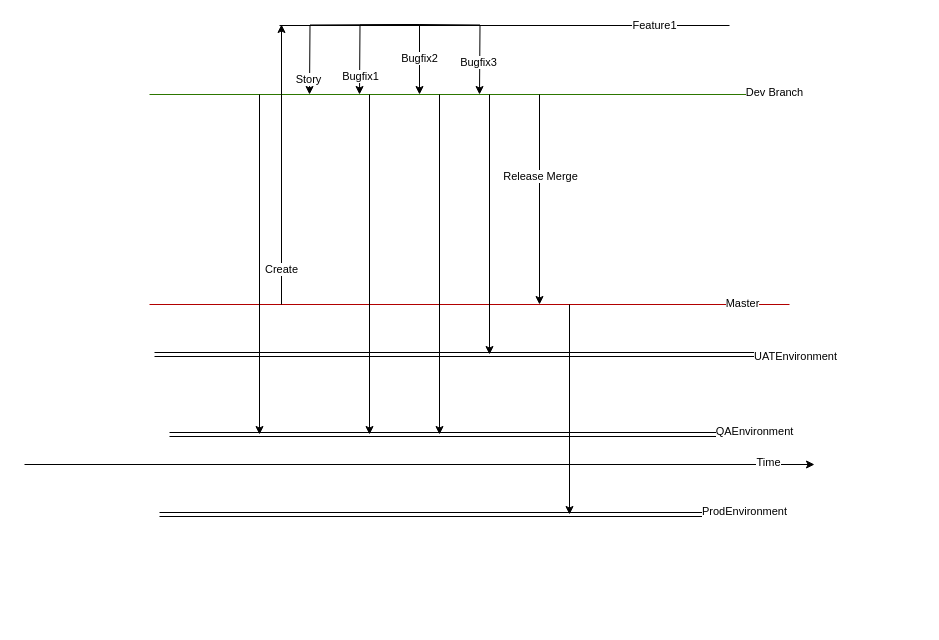
Before: Untitled Diagram.drawio in sshevchenko777/POC, a draw.io diagram. Source tidied: cells renumbered, new cells numbered last; positions are measured from the earlier drawing's top-left corner, leaving out a move shared by most shapes. Both pictures are drawn from the tidied source at 100%, with x=0, y=0 at pixel (24, 24).
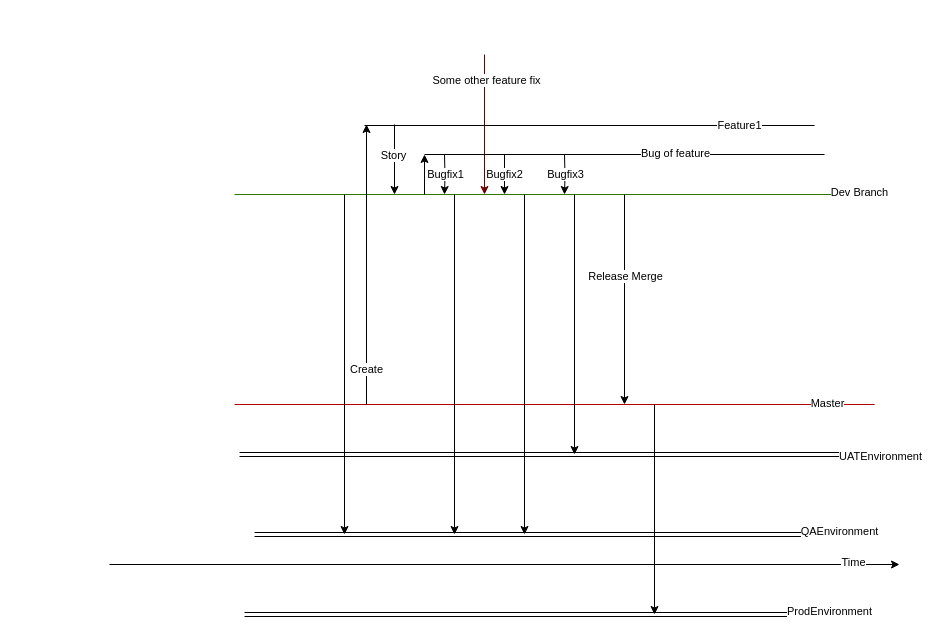
After the change.

Change to the diagram source:
```diff
@@
     <mxCell id="2" style="endArrow=none;html=1;rounded=0;fillColor=#60a917;strokeColor=#2D7600;" parent="1" edge="1">
       <mxGeometry relative="1" as="geometry">
-        <mxPoint x="125" y="70" as="sourcePoint" />
-        <mxPoint x="765" y="70" as="targetPoint" />
+        <mxPoint x="210" y="170" as="sourcePoint" />
+        <mxPoint x="850" y="170" as="targetPoint" />
       </mxGeometry>
     </mxCell>
@@
     <mxCell id="4" style="endArrow=none;html=1;rounded=0;fillColor=#e51400;strokeColor=#B20000;" parent="1" edge="1">
       <mxGeometry relative="1" as="geometry">
-        <mxPoint x="125" y="280" as="sourcePoint" />
-        <mxPoint x="765" y="280" as="targetPoint" />
+        <mxPoint x="210" y="380" as="sourcePoint" />
+        <mxPoint x="850" y="380" as="targetPoint" />
       </mxGeometry>
     </mxCell>
@@
-    <mxCell id="6" style="edgeStyle=orthogonalEdgeStyle;rounded=0;orthogonalLoop=1;jettySize=auto;html=1;exitX=0.5;exitY=1;exitDx=0;exitDy=0;" parent="1" edge="1">
+    <mxCell id="6" style="edgeStyle=orthogonalEdgeStyle;rounded=0;orthogonalLoop=1;jettySize=auto;html=1;" parent="1" edge="1">
       <mxGeometry relative="1" as="geometry">
-        <mxPoint x="395" as="sourcePoint" />
-        <mxPoint x="285" y="70" as="targetPoint" />
+        <mxPoint x="370" y="100" as="sourcePoint" />
+        <mxPoint x="370" y="170" as="targetPoint" />
       </mxGeometry>
     </mxCell>
     <mxCell id="7" value="Story" style="edgeLabel;html=1;align=center;verticalAlign=middle;" parent="6" vertex="1">
-      <mxGeometry x="0.83" y="-2" relative="1" as="geometry" />
+      <mxGeometry x="0.83" y="-2" relative="1" as="geometry">
+        <mxPoint y="-34" as="offset" />
+      </mxGeometry>
     </mxCell>
-    <mxCell id="8" style="edgeStyle=orthogonalEdgeStyle;rounded=0;orthogonalLoop=1;jettySize=auto;html=1;exitX=0.5;exitY=1;exitDx=0;exitDy=0;" parent="1" edge="1">
+    <mxCell id="8" style="edgeStyle=orthogonalEdgeStyle;rounded=0;orthogonalLoop=1;jettySize=auto;html=1;" parent="1" edge="1">
       <mxGeometry relative="1" as="geometry">
-        <mxPoint x="395" as="sourcePoint" />
-        <mxPoint x="335" y="70" as="targetPoint" />
+        <mxPoint x="420" y="130" as="sourcePoint" />
+        <mxPoint x="420" y="170" as="targetPoint" />
       </mxGeometry>
     </mxCell>
     <mxCell id="9" value="Bugfix1" style="edgeLabel;html=1;align=center;verticalAlign=middle;" parent="8" vertex="1">
       <mxGeometry x="0.71" relative="1" as="geometry">
-        <mxPoint y="1" as="offset" />
+        <mxPoint y="-14" as="offset" />
       </mxGeometry>
     </mxCell>
-    <mxCell id="10" style="edgeStyle=orthogonalEdgeStyle;rounded=0;orthogonalLoop=1;jettySize=auto;html=1;exitX=0.5;exitY=1;exitDx=0;exitDy=0;" parent="1" edge="1">
+    <mxCell id="10" style="edgeStyle=orthogonalEdgeStyle;rounded=0;orthogonalLoop=1;jettySize=auto;html=1;" parent="1" edge="1">
       <mxGeometry relative="1" as="geometry">
-        <mxPoint x="395" as="sourcePoint" />
-        <mxPoint x="455" y="70" as="targetPoint" />
+        <mxPoint x="540" y="130" as="sourcePoint" />
+        <mxPoint x="540" y="170" as="targetPoint" />
       </mxGeometry>
     </mxCell>
     <mxCell id="11" value="Bugfix3" style="edgeLabel;html=1;align=center;verticalAlign=middle;" parent="10" vertex="1">
-      <mxGeometry x="0.5" y="-2" relative="1" as="geometry" />
+      <mxGeometry x="0.5" y="-2" relative="1" as="geometry">
+        <mxPoint x="2" y="-10" as="offset" />
+      </mxGeometry>
     </mxCell>
     <mxCell id="12" style="endArrow=classic;html=1;rounded=0;" parent="1" edge="1">
       <mxGeometry relative="1" as="geometry">
-        <mxPoint y="440" as="sourcePoint" />
-        <mxPoint x="790" y="440" as="targetPoint" />
+        <mxPoint x="85" y="540" as="sourcePoint" />
+        <mxPoint x="875" y="540" as="targetPoint" />
       </mxGeometry>
     </mxCell>
@@
     <mxCell id="14" style="endArrow=none;html=1;rounded=0;" parent="1" edge="1">
       <mxGeometry relative="1" as="geometry">
-        <mxPoint x="255" y="1" as="sourcePoint" />
-        <mxPoint x="705" y="1" as="targetPoint" />
+        <mxPoint x="340" y="101" as="sourcePoint" />
+        <mxPoint x="790" y="101" as="targetPoint" />
       </mxGeometry>
     </mxCell>
@@
     <mxCell id="16" style="endArrow=classic;html=1;rounded=0;" parent="1" edge="1">
       <mxGeometry relative="1" as="geometry">
-        <mxPoint x="257" y="280" as="sourcePoint" />
-        <mxPoint x="257" as="targetPoint" />
+        <mxPoint x="342" y="380" as="sourcePoint" />
+        <mxPoint x="342" y="100" as="targetPoint" />
       </mxGeometry>
     </mxCell>
@@
     <mxCell id="18" style="endArrow=classic;html=1;rounded=0;" parent="1" edge="1">
       <mxGeometry relative="1" as="geometry">
-        <mxPoint x="395" as="sourcePoint" />
-        <mxPoint x="395" y="70" as="targetPoint" />
+        <mxPoint x="480" y="130" as="sourcePoint" />
+        <mxPoint x="480" y="170" as="targetPoint" />
       </mxGeometry>
     </mxCell>
@@
     <mxCell id="20" style="shape=link;html=1;rounded=0;" parent="1" edge="1">
       <mxGeometry relative="1" as="geometry">
-        <mxPoint x="145" y="410" as="sourcePoint" />
-        <mxPoint x="755" y="410" as="targetPoint" />
+        <mxPoint x="230" y="510" as="sourcePoint" />
+        <mxPoint x="840" y="510" as="targetPoint" />
       </mxGeometry>
     </mxCell>
@@
     <mxCell id="22" style="endArrow=classic;html=1;rounded=0;" parent="1" edge="1">
       <mxGeometry relative="1" as="geometry">
-        <mxPoint x="235" y="70" as="sourcePoint" />
-        <mxPoint x="235" y="410" as="targetPoint" />
+        <mxPoint x="320" y="170" as="sourcePoint" />
+        <mxPoint x="320" y="510" as="targetPoint" />
       </mxGeometry>
     </mxCell>
     <mxCell id="23" style="endArrow=classic;html=1;rounded=0;" parent="1" edge="1">
       <mxGeometry relative="1" as="geometry">
-        <mxPoint x="345" y="70" as="sourcePoint" />
-        <mxPoint x="345" y="410" as="targetPoint" />
+        <mxPoint x="430" y="170" as="sourcePoint" />
+        <mxPoint x="430" y="510" as="targetPoint" />
       </mxGeometry>
     </mxCell>
     <mxCell id="24" style="shape=link;html=1;rounded=0;" parent="1" edge="1">
       <mxGeometry relative="1" as="geometry">
-        <mxPoint x="130" y="330" as="sourcePoint" />
-        <mxPoint x="800" y="330" as="targetPoint" />
+        <mxPoint x="215" y="430" as="sourcePoint" />
+        <mxPoint x="885" y="430" as="targetPoint" />
       </mxGeometry>
     </mxCell>
@@
     <mxCell id="26" style="endArrow=classic;html=1;rounded=0;" parent="1" edge="1">
       <mxGeometry relative="1" as="geometry">
-        <mxPoint x="415" y="70" as="sourcePoint" />
-        <mxPoint x="415" y="410" as="targetPoint" />
+        <mxPoint x="500" y="170" as="sourcePoint" />
+        <mxPoint x="500" y="510" as="targetPoint" />
       </mxGeometry>
     </mxCell>
     <mxCell id="27" style="endArrow=classic;html=1;rounded=0;" parent="1" edge="1">
       <mxGeometry relative="1" as="geometry">
-        <mxPoint x="515" y="70" as="sourcePoint" />
-        <mxPoint x="515" y="280" as="targetPoint" />
+        <mxPoint x="600" y="170" as="sourcePoint" />
+        <mxPoint x="600" y="380" as="targetPoint" />
       </mxGeometry>
     </mxCell>
@@
     <mxCell id="29" style="endArrow=classic;html=1;rounded=0;" parent="1" edge="1">
       <mxGeometry relative="1" as="geometry">
-        <mxPoint x="465" y="70" as="sourcePoint" />
-        <mxPoint x="465" y="330" as="targetPoint" />
+        <mxPoint x="550" y="170" as="sourcePoint" />
+        <mxPoint x="550" y="430" as="targetPoint" />
       </mxGeometry>
     </mxCell>
     <mxCell id="30" style="shape=link;html=1;rounded=0;" parent="1" edge="1">
       <mxGeometry relative="1" as="geometry">
-        <mxPoint x="135" y="490" as="sourcePoint" />
-        <mxPoint x="745" y="490" as="targetPoint" />
+        <mxPoint x="220" y="590" as="sourcePoint" />
+        <mxPoint x="830" y="590" as="targetPoint" />
       </mxGeometry>
     </mxCell>
@@
     <mxCell id="32" style="endArrow=classic;html=1;rounded=0;" parent="1" edge="1">
       <mxGeometry relative="1" as="geometry">
-        <mxPoint x="545" y="280" as="sourcePoint" />
-        <mxPoint x="545" y="490" as="targetPoint" />
+        <mxPoint x="630" y="380" as="sourcePoint" />
+        <mxPoint x="630" y="590" as="targetPoint" />
       </mxGeometry>
     </mxCell>
+    <mxCell id="33" style="endArrow=none;html=1;rounded=0;" parent="1" edge="1">
+      <mxGeometry relative="1" as="geometry">
+        <mxPoint x="400" y="130" as="sourcePoint" />
+        <mxPoint x="800" y="130" as="targetPoint" />
+      </mxGeometry>
+    </mxCell>
+    <mxCell id="34" value="Bug of feature" style="edgeLabel;html=1;align=center;verticalAlign=middle;" parent="33" vertex="1">
+      <mxGeometry x="0.25" y="2" relative="1" as="geometry" />
+    </mxCell>
+    <mxCell id="35" style="endArrow=classic;html=1;rounded=0;" parent="1" edge="1">
+      <mxGeometry relative="1" as="geometry">
+        <mxPoint x="400" y="170" as="sourcePoint" />
+        <mxPoint x="400" y="130" as="targetPoint" />
+      </mxGeometry>
+    </mxCell>
+    <mxCell id="36" style="endArrow=classic;html=1;rounded=0;fillColor=#a20025;strokeColor=#6F0000;" parent="1" edge="1">
+      <mxGeometry relative="1" as="geometry">
+        <mxPoint x="460" y="30" as="sourcePoint" />
+        <mxPoint x="460" y="170" as="targetPoint" />
+      </mxGeometry>
+    </mxCell>
+    <mxCell id="37" value="Some other feature fix" style="edgeLabel;html=1;align=center;verticalAlign=middle;" parent="36" vertex="1">
+      <mxGeometry x="-0.64" y="1" relative="1" as="geometry" />
+    </mxCell>
```
